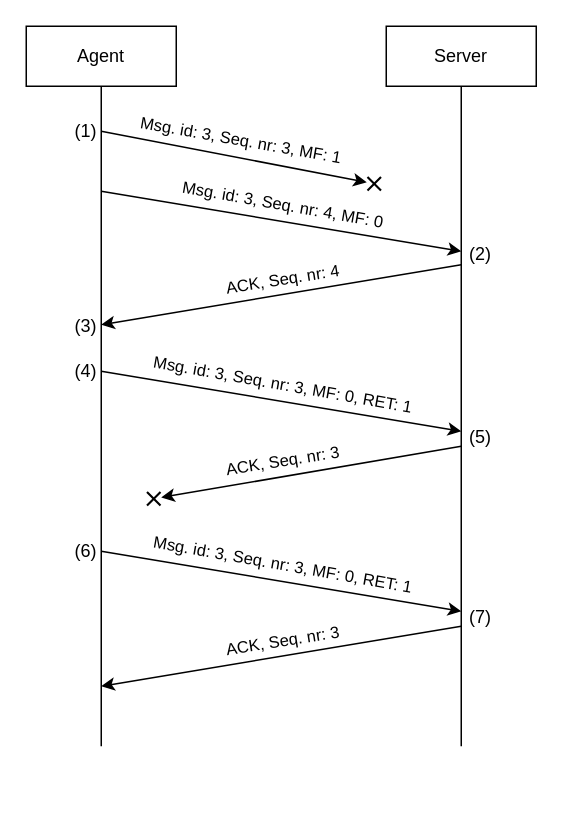
The draw.io diagram report/.drawio/sequence_diagrams/ret_dup_frag_ord_error.drawio in migueltc13/project-CC, before the edit. Source tidied: cells renumbered, new cells numbered last; positions are measured from the earlier drawing's top-left corner, leaving out a move shared by most shapes. Both pictures are drawn from the tidied source at 150%, with x=0, y=0 at pixel (26, 26). Pictures stored in the file or linked from it are replaced by grey dashed boxes.
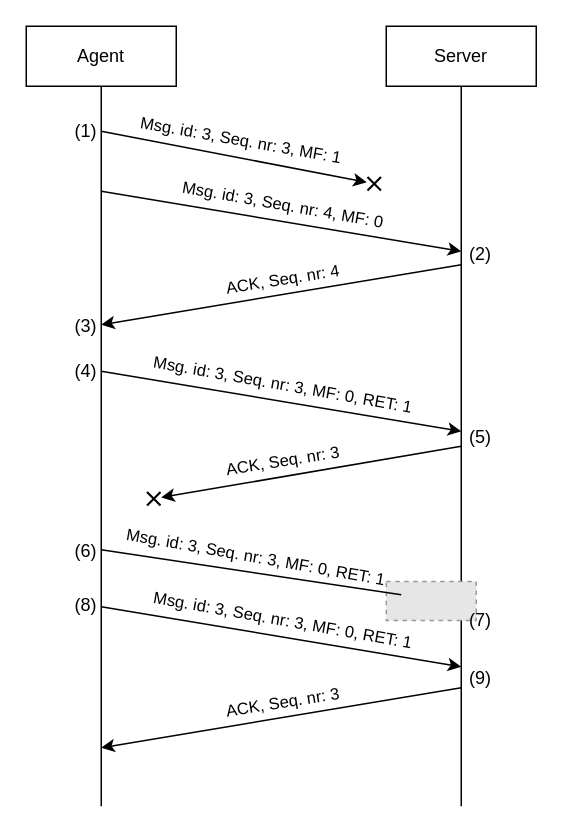
The same diagram, later.

The change refers to these unchanged cells:
```xml
<mxCell id="2" value="Agent" style="rounded=0;whiteSpace=wrap;html=1;" parent="1" vertex="1">
  <mxGeometry width="100" height="40" as="geometry" />
</mxCell>
<mxCell id="3" value="Server" style="rounded=0;whiteSpace=wrap;html=1;" parent="1" vertex="1">
  <mxGeometry x="240" width="100" height="40" as="geometry" />
</mxCell>
```

What changed in the source:
```diff
@@
     <mxCell id="4" style="endArrow=none;html=1;rounded=0;exitX=0.5;exitY=1;exitDx=0;exitDy=0;" parent="1" edge="1" source="2">
       <mxGeometry relative="1" as="geometry">
-        <mxPoint x="50" y="480" as="targetPoint" />
+        <mxPoint x="50" y="520" as="targetPoint" />
       </mxGeometry>
     </mxCell>
     <mxCell id="5" style="endArrow=none;html=1;rounded=0;exitX=0.5;exitY=1;exitDx=0;exitDy=0;" parent="1" edge="1" source="3">
       <mxGeometry relative="1" as="geometry">
-        <mxPoint x="290" y="480" as="targetPoint" />
+        <mxPoint x="290" y="520" as="targetPoint" />
       </mxGeometry>
     </mxCell>
@@
     <mxCell id="23" style="endArrow=classic;html=1;rounded=0;" parent="1" edge="1">
       <mxGeometry relative="1" as="geometry">
-        <mxPoint x="50" y="350" as="sourcePoint" />
-        <mxPoint x="290" y="390" as="targetPoint" />
+        <mxPoint x="50" y="387" as="sourcePoint" />
+        <mxPoint x="290" y="427" as="targetPoint" />
       </mxGeometry>
     </mxCell>
@@
-    <mxCell id="26" value="(7)" style="text;html=1;align=center;verticalAlign=middle;whiteSpace=wrap;rounded=0;" parent="1" vertex="1">
-      <mxGeometry x="293" y="384" width="20" height="20" as="geometry" />
-    </mxCell>
     <mxCell id="27" style="endArrow=classic;html=1;rounded=0;" parent="1" edge="1">
       <mxGeometry relative="1" as="geometry">
-        <mxPoint x="290" y="400" as="sourcePoint" />
-        <mxPoint x="50" y="440" as="targetPoint" />
+        <mxPoint x="290" y="441" as="sourcePoint" />
+        <mxPoint x="50" y="481" as="targetPoint" />
       </mxGeometry>
     </mxCell>
     <mxCell id="28" value="ACK, Seq. nr: 3" style="edgeLabel;html=1;align=center;verticalAlign=middle;rotation=351;" parent="1" vertex="1">
-      <mxGeometry x="170" y="410" as="geometry" />
+      <mxGeometry x="170" y="451" as="geometry" />
     </mxCell>
+    <mxCell id="29" style="fillColor=#E6E6E6;strokeColor=#999999;dashed=1;verticalLabelPosition=bottom;labelBackgroundColor=default;verticalAlign=top;" parent="1" vertex="1">
+      <mxGeometry x="240" y="370.2" width="60" height="25.9" as="geometry" />
+    </mxCell>
+    <mxCell id="30" style="endArrow=none;html=1;rounded=0;endFill=0;" parent="1" edge="1">
+      <mxGeometry relative="1" as="geometry">
+        <mxPoint x="50" y="349" as="sourcePoint" />
+        <mxPoint x="250" y="379" as="targetPoint" />
+      </mxGeometry>
+    </mxCell>
+    <mxCell id="31" value="Msg. id: 3, Seq. nr: 3, MF: 0, RET: 1" style="edgeLabel;html=1;align=center;verticalAlign=middle;rotation=10;" parent="30" vertex="1">
+      <mxGeometry x="-0.12" y="-1" relative="1" as="geometry">
+        <mxPoint x="15" y="-10" as="offset" />
+      </mxGeometry>
+    </mxCell>
+    <mxCell id="32" value="(9)" style="text;html=1;align=center;verticalAlign=middle;whiteSpace=wrap;rounded=0;" parent="1" vertex="1">
+      <mxGeometry x="293" y="425" width="20" height="20" as="geometry" />
+    </mxCell>
+    <mxCell id="33" value="(8)" style="text;html=1;align=center;verticalAlign=middle;whiteSpace=wrap;rounded=0;" parent="1" vertex="1">
+      <mxGeometry x="30" y="376.1" width="20" height="20" as="geometry" />
+    </mxCell>
+    <mxCell id="26" value="(7)" style="text;html=1;align=center;verticalAlign=middle;whiteSpace=wrap;rounded=0;" parent="1" vertex="1">
+      <mxGeometry x="293" y="386.1" width="20" height="20" as="geometry" />
+    </mxCell>
```
